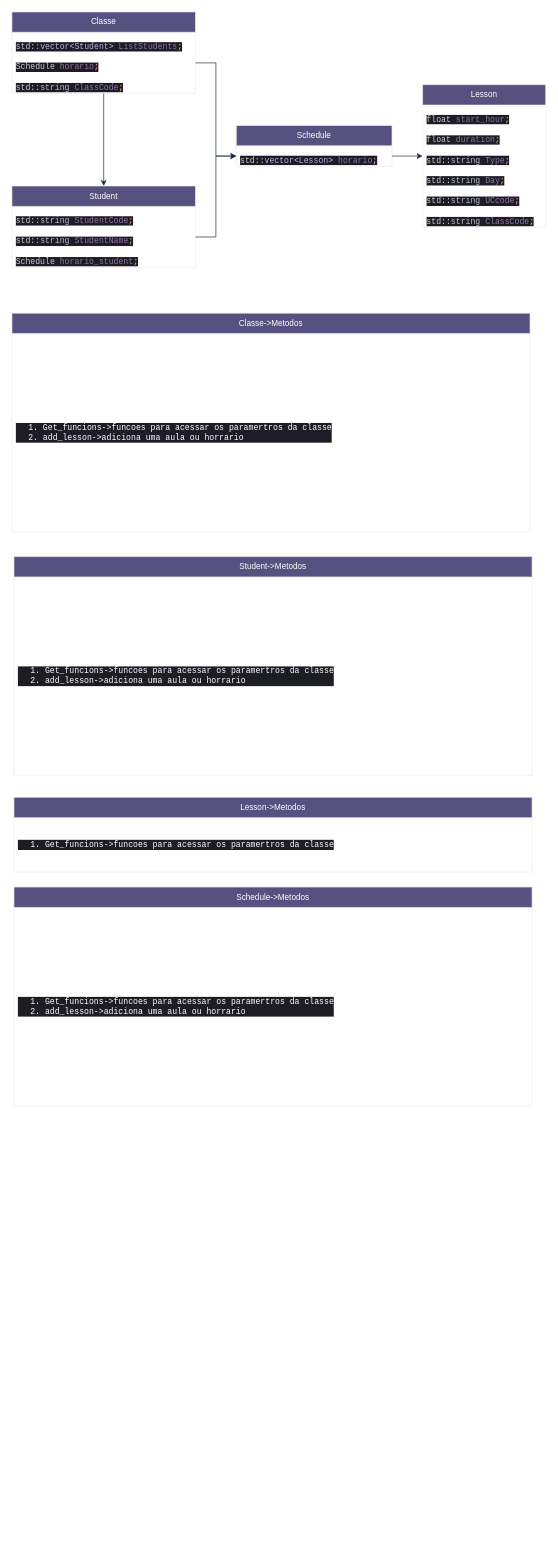
FrozenHart/AED-Project keeps this draw.io diagram as Diagrama Classes.drawio. Above is the earlier version. Source tidied: cells renumbered, new cells numbered last; positions are measured from the earlier drawing's top-left corner, leaving out a move shared by most shapes. Both pictures are drawn from the tidied source at 68%, with x=0, y=0 at pixel (12, 12).
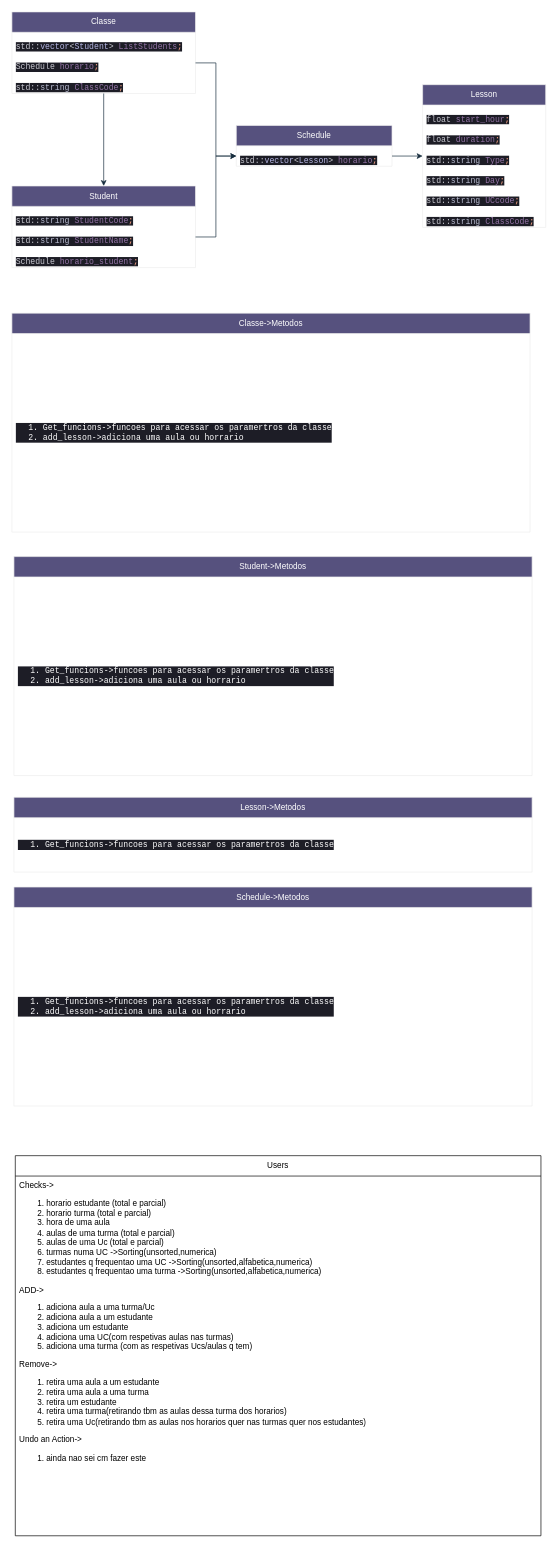
Above is the later version.

Diff of the diagram source:
```diff
@@
+    <mxCell id="31" value="Users" style="swimlane;fontStyle=0;horizontal=1;startSize=30;whiteSpace=wrap;html=1;" parent="1" vertex="1">
+      <mxGeometry x="5" y="1682" width="773" height="559" as="geometry" />
+    </mxCell>
+    <mxCell id="32" value="&lt;div style=&quot;text-align: justify;&quot;&gt;&lt;span style=&quot;background-color: initial;&quot;&gt;Checks-&amp;gt;&lt;/span&gt;&lt;/div&gt;&lt;div style=&quot;text-align: center;&quot;&gt;&lt;ol&gt;&lt;li style=&quot;text-align: justify;&quot;&gt;&lt;span style=&quot;background-color: initial;&quot;&gt;horario estudante (total e parcial)&amp;nbsp;&lt;/span&gt;&lt;/li&gt;&lt;li style=&quot;text-align: justify;&quot;&gt;&lt;span style=&quot;background-color: initial;&quot;&gt;horario turma&amp;nbsp;&lt;/span&gt;(total e parcial)&lt;/li&gt;&lt;li style=&quot;text-align: justify;&quot;&gt;&lt;span style=&quot;background-color: initial;&quot;&gt;hora de uma aula&lt;/span&gt;&lt;/li&gt;&lt;li style=&quot;text-align: justify;&quot;&gt;&lt;span style=&quot;background-color: initial;&quot;&gt;aulas de uma turma&amp;nbsp;&lt;/span&gt;(total e parcial)&amp;nbsp;&lt;/li&gt;&lt;li style=&quot;text-align: justify;&quot;&gt;&lt;span style=&quot;background-color: initial;&quot;&gt;aulas de uma Uc&amp;nbsp;&lt;/span&gt;(total e parcial)&lt;/li&gt;&lt;li style=&quot;text-align: justify;&quot;&gt;&lt;span style=&quot;background-color: initial;&quot;&gt;turmas numa UC&amp;nbsp;&lt;/span&gt;-&amp;gt;Sorting(unsorted,numerica)&lt;/li&gt;&lt;li style=&quot;text-align: justify;&quot;&gt;estudantes q frequentao uma UC -&amp;gt;Sorting(unsorted,alfabetica,numerica)&lt;/li&gt;&lt;li style=&quot;text-align: justify;&quot;&gt;estudantes q frequentao uma turma -&amp;gt;Sorting(unsorted,alfabetica,numerica)&lt;/li&gt;&lt;/ol&gt;&lt;div style=&quot;text-align: justify;&quot;&gt;&lt;span style=&quot;background-color: initial;&quot;&gt;ADD-&amp;gt;&lt;/span&gt;&lt;/div&gt;&lt;/div&gt;&lt;div style=&quot;text-align: center;&quot;&gt;&lt;ol&gt;&lt;li style=&quot;text-align: justify;&quot;&gt;adiciona aula a uma turma/Uc&lt;/li&gt;&lt;li style=&quot;text-align: justify;&quot;&gt;adiciona aula a um estudante&lt;/li&gt;&lt;li style=&quot;text-align: justify;&quot;&gt;adiciona um estudante&lt;/li&gt;&lt;li style=&quot;text-align: justify;&quot;&gt;adiciona uma UC(com respetivas aulas nas turmas)&lt;/li&gt;&lt;li style=&quot;text-align: justify;&quot;&gt;adiciona uma turma (com as respetivas Ucs/aulas q tem)&lt;/li&gt;&lt;/ol&gt;&lt;div style=&quot;text-align: justify;&quot;&gt;&lt;span style=&quot;background-color: initial;&quot;&gt;Remove-&amp;gt;&lt;/span&gt;&lt;/div&gt;&lt;/div&gt;&lt;div style=&quot;text-align: center;&quot;&gt;&lt;ol&gt;&lt;li style=&quot;text-align: justify;&quot;&gt;&lt;span style=&quot;background-color: initial;&quot;&gt;retira uma aula a um estudante&lt;/span&gt;&lt;/li&gt;&lt;li style=&quot;text-align: justify;&quot;&gt;&lt;span style=&quot;background-color: initial;&quot;&gt;retira uma aula a uma turma&lt;/span&gt;&lt;/li&gt;&lt;li style=&quot;text-align: justify;&quot;&gt;&lt;span style=&quot;background-color: initial;&quot;&gt;retira um estudante&lt;/span&gt;&lt;/li&gt;&lt;li style=&quot;text-align: justify;&quot;&gt;retira uma turma(retirando tbm as aulas dessa turma dos horarios)&lt;/li&gt;&lt;li style=&quot;text-align: justify;&quot;&gt;retira uma Uc(retirando tbm as aulas nos horarios quer nas turmas quer nos estudantes)&lt;/li&gt;&lt;/ol&gt;&lt;div style=&quot;text-align: justify;&quot;&gt;Undo an Action-&amp;gt;&lt;/div&gt;&lt;div style=&quot;text-align: justify;&quot;&gt;&lt;ol&gt;&lt;li&gt;ainda nao sei cm fazer este&lt;/li&gt;&lt;/ol&gt;&lt;/div&gt;&lt;/div&gt;" style="text;strokeColor=none;fillColor=none;align=left;verticalAlign=top;spacingLeft=4;spacingRight=4;overflow=hidden;whiteSpace=wrap;html=1;" parent="31" vertex="1">
+      <mxGeometry y="30" width="773" height="529" as="geometry" />
+    </mxCell>
```
